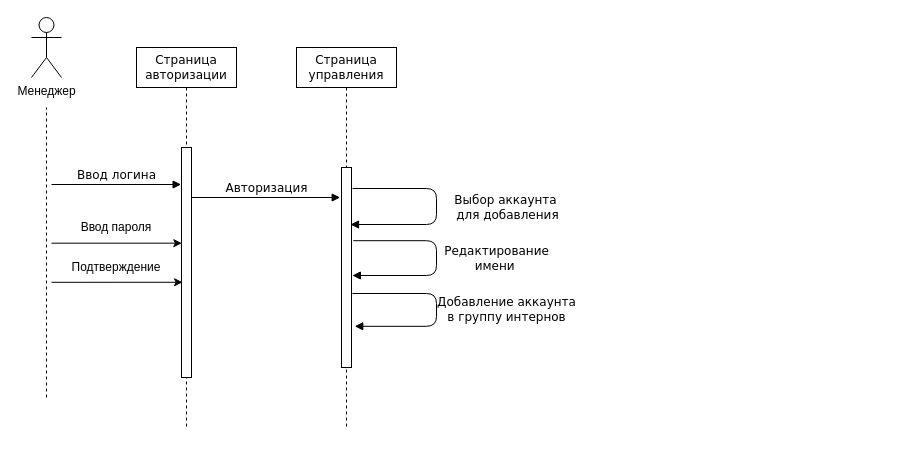
Before: PaperWork/uml/3_sequence.drawio in mike3293/OOTP_kurs, a draw.io diagram. Source tidied: cells renumbered, new cells numbered last; positions are measured from the earlier drawing's top-left corner, leaving out a move shared by most shapes. Both pictures are drawn from the tidied source at 100%, with x=0, y=0 at pixel (31, 17).
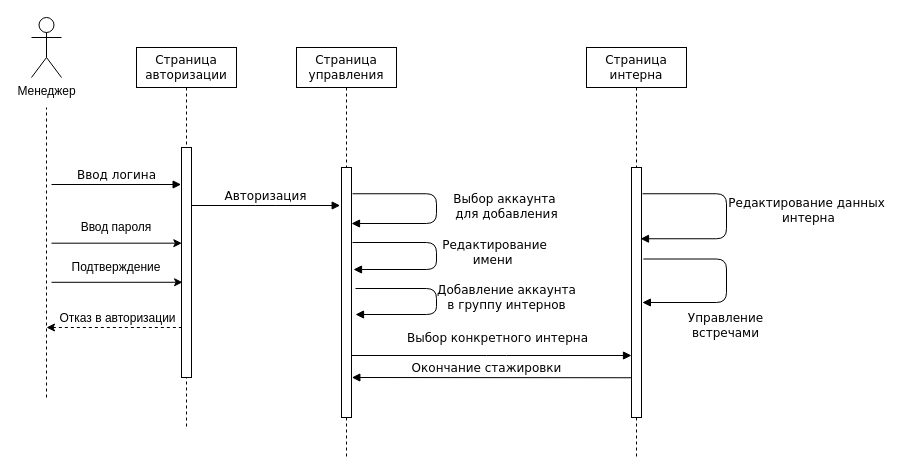
Above is the later version.

Unchanged cells that the change refers to:
```xml
<mxCell id="3" style="html=1;points=[];perimeter=orthogonalPerimeter;rounded=0;shadow=0;comic=0;labelBackgroundColor=none;strokeWidth=1;fontFamily=Verdana;fontSize=12;align=center;" parent="2" vertex="1">
  <mxGeometry x="45" y="100" width="10" height="230" as="geometry" />
</mxCell>
```

The edit, as a diff of the source:
```diff
@@
     <mxCell id="4" value="Страница управления" style="shape=umlLifeline;perimeter=lifelinePerimeter;whiteSpace=wrap;html=1;rounded=0;shadow=0;comic=0;labelBackgroundColor=none;strokeWidth=1;fontFamily=Verdana;fontSize=12;align=center;" parent="1" vertex="1">
-      <mxGeometry x="265" y="30" width="100" height="380" as="geometry" />
+      <mxGeometry x="265" y="30" width="100" height="410" as="geometry" />
     </mxCell>
     <mxCell id="5" style="html=1;points=[];perimeter=orthogonalPerimeter;rounded=0;shadow=0;comic=0;labelBackgroundColor=none;strokeWidth=1;fontFamily=Verdana;fontSize=12;align=center;" parent="4" vertex="1">
-      <mxGeometry x="45" y="120" width="10" height="200" as="geometry" />
+      <mxGeometry x="45" y="120" width="10" height="250" as="geometry" />
     </mxCell>
-    <mxCell id="6" value="Выбор аккаунта&lt;br&gt;&amp;nbsp;для добавления" style="html=1;verticalAlign=bottom;endArrow=block;labelBackgroundColor=none;fontFamily=Verdana;fontSize=12;edgeStyle=elbowEdgeStyle;elbow=vertical;entryX=0.9;entryY=0.285;entryDx=0;entryDy=0;entryPerimeter=0;exitX=1.1;exitY=0.105;exitDx=0;exitDy=0;exitPerimeter=0;" parent="4" edge="1" source="5" target="5">
+    <mxCell id="6" value="Выбор аккаунта&lt;br&gt;&amp;nbsp;для добавления" style="html=1;verticalAlign=bottom;endArrow=block;labelBackgroundColor=none;fontFamily=Verdana;fontSize=12;edgeStyle=elbowEdgeStyle;elbow=vertical;entryX=1;entryY=0.224;entryDx=0;entryDy=0;entryPerimeter=0;exitX=1.1;exitY=0.105;exitDx=0;exitDy=0;exitPerimeter=0;" parent="4" edge="1" source="5" target="5">
       <mxGeometry x="0.17" y="-70" relative="1" as="geometry">
         <Array as="points">
           <mxPoint x="140" y="240" />
           <mxPoint x="150" y="140" />
         </Array>
         <mxPoint x="70" y="70" as="offset" />
       </mxGeometry>
     </mxCell>
-    <mxCell id="7" value="Редактирование&lt;br&gt;имени&amp;nbsp;" style="html=1;verticalAlign=bottom;endArrow=block;labelBackgroundColor=none;fontFamily=Verdana;fontSize=12;edgeStyle=elbowEdgeStyle;elbow=vertical;exitX=1.181;exitY=0.366;exitDx=0;exitDy=0;exitPerimeter=0;entryX=1.086;entryY=0.54;entryDx=0;entryDy=0;entryPerimeter=0;" parent="4" edge="1" source="5" target="5">
+    <mxCell id="7" value="Редактирование&lt;br&gt;имени&amp;nbsp;" style="html=1;verticalAlign=bottom;endArrow=block;labelBackgroundColor=none;fontFamily=Verdana;fontSize=12;edgeStyle=elbowEdgeStyle;elbow=vertical;exitX=1.1;exitY=0.3;exitDx=0;exitDy=0;exitPerimeter=0;entryX=1.2;entryY=0.408;entryDx=0;entryDy=0;entryPerimeter=0;" parent="4" edge="1" source="5" target="5">
       <mxGeometry x="0.17" y="-60" relative="1" as="geometry">
         <Array as="points">
           <mxPoint x="140" y="210" />
           <mxPoint x="160" y="150" />
         </Array>
         <mxPoint x="60" y="60" as="offset" />
       </mxGeometry>
     </mxCell>
-    <mxCell id="8" value="Добавление аккаунта&lt;br&gt;в группу интернов" style="html=1;verticalAlign=bottom;endArrow=block;labelBackgroundColor=none;fontFamily=Verdana;fontSize=12;edgeStyle=elbowEdgeStyle;elbow=vertical;exitX=1.086;exitY=0.63;exitDx=0;exitDy=0;exitPerimeter=0;entryX=1.324;entryY=0.794;entryDx=0;entryDy=0;entryPerimeter=0;" parent="4" edge="1" source="5" target="5">
-      <mxGeometry x="0.18" y="-70" relative="1" as="geometry">
+    <mxCell id="8" value="Добавление аккаунта&lt;br&gt;в группу интернов" style="html=1;verticalAlign=bottom;endArrow=block;labelBackgroundColor=none;fontFamily=Verdana;fontSize=12;edgeStyle=elbowEdgeStyle;elbow=vertical;exitX=1.4;exitY=0.484;exitDx=0;exitDy=0;exitPerimeter=0;entryX=1.4;entryY=0.588;entryDx=0;entryDy=0;entryPerimeter=0;" parent="4" edge="1" source="5" target="5">
+      <mxGeometry x="0.14" y="-70" relative="1" as="geometry">
         <Array as="points">
           <mxPoint x="140" y="260" />
           <mxPoint x="170" y="160" />
         </Array>
         <mxPoint x="70" y="70" as="offset" />
       </mxGeometry>
     </mxCell>
@@
+    <mxCell id="17" style="endArrow=none;dashed=1;html=1;comic=0;startArrow=classic;startFill=1;" parent="1" edge="1" target="3">
+      <mxGeometry relative="1" as="geometry">
+        <mxPoint x="15" y="310" as="sourcePoint" />
+      </mxGeometry>
+    </mxCell>
+    <mxCell id="18" value="&lt;font style=&quot;font-size: 12px&quot;&gt;Отказ в авторизации&lt;/font&gt;" style="edgeLabel;html=1;align=center;verticalAlign=middle;" parent="17" vertex="1">
+      <mxGeometry x="0.2" y="3" relative="1" as="geometry">
+        <mxPoint x="-11" y="-7" as="offset" />
+      </mxGeometry>
+    </mxCell>
+    <mxCell id="19" value="Страница интерна" style="shape=umlLifeline;perimeter=lifelinePerimeter;whiteSpace=wrap;html=1;rounded=0;shadow=0;comic=0;labelBackgroundColor=none;strokeWidth=1;fontFamily=Verdana;fontSize=12;align=center;" parent="1" vertex="1">
+      <mxGeometry x="555" y="30" width="100" height="410" as="geometry" />
+    </mxCell>
+    <mxCell id="20" style="html=1;points=[];perimeter=orthogonalPerimeter;rounded=0;shadow=0;comic=0;labelBackgroundColor=none;strokeWidth=1;fontFamily=Verdana;fontSize=12;align=center;" parent="19" vertex="1">
+      <mxGeometry x="45" y="120" width="10" height="250" as="geometry" />
+    </mxCell>
+    <mxCell id="21" value="Редактирование данных&lt;br&gt;&amp;nbsp;интерна" style="html=1;verticalAlign=bottom;endArrow=block;labelBackgroundColor=none;fontFamily=Verdana;fontSize=12;edgeStyle=elbowEdgeStyle;elbow=vertical;entryX=0.9;entryY=0.285;entryDx=0;entryDy=0;entryPerimeter=0;exitX=1.1;exitY=0.105;exitDx=0;exitDy=0;exitPerimeter=0;" parent="19" edge="1" source="20" target="20">
+      <mxGeometry x="0.2" y="-81" relative="1" as="geometry">
+        <Array as="points">
+          <mxPoint x="140" y="240" />
+          <mxPoint x="150" y="140" />
+        </Array>
+        <mxPoint x="80" y="70" as="offset" />
+      </mxGeometry>
+    </mxCell>
+    <mxCell id="22" value="Управление &lt;br&gt;встречами" style="html=1;verticalAlign=bottom;endArrow=block;labelBackgroundColor=none;fontFamily=Verdana;fontSize=12;edgeStyle=elbowEdgeStyle;elbow=vertical;exitX=1.181;exitY=0.366;exitDx=0;exitDy=0;exitPerimeter=0;entryX=1.086;entryY=0.54;entryDx=0;entryDy=0;entryPerimeter=0;" parent="19" edge="1" source="20" target="20">
+      <mxGeometry x="0.2" y="-51" relative="1" as="geometry">
+        <Array as="points">
+          <mxPoint x="140" y="210" />
+          <mxPoint x="160" y="150" />
+        </Array>
+        <mxPoint x="50" y="41" as="offset" />
+      </mxGeometry>
+    </mxCell>
+    <mxCell id="23" value="Выбор конкретного интерна" style="html=1;verticalAlign=bottom;endArrow=block;labelBackgroundColor=none;fontFamily=Verdana;fontSize=12;edgeStyle=elbowEdgeStyle;elbow=vertical;" parent="1" edge="1" target="20">
+      <mxGeometry x="0.04" y="8" relative="1" as="geometry">
+        <mxPoint x="320" y="338" as="sourcePoint" />
+        <Array as="points">
+          <mxPoint x="465" y="338" />
+          <mxPoint x="725" y="190" />
+        </Array>
+      </mxGeometry>
+    </mxCell>
+    <mxCell id="24" value="Окончание стажировки" style="html=1;verticalAlign=bottom;endArrow=block;labelBackgroundColor=none;fontFamily=Verdana;fontSize=12;edgeStyle=elbowEdgeStyle;elbow=vertical;entryX=1.033;entryY=0.84;entryDx=0;entryDy=0;entryPerimeter=0;exitX=-0.033;exitY=0.841;exitDx=0;exitDy=0;exitPerimeter=0;" parent="1" edge="1" source="20" target="5">
+      <mxGeometry x="0.04" relative="1" as="geometry">
+        <Array as="points">
+          <mxPoint x="545" y="360" />
+          <mxPoint x="475" y="348" />
+          <mxPoint x="735" y="200" />
+        </Array>
+      </mxGeometry>
+    </mxCell>
```
